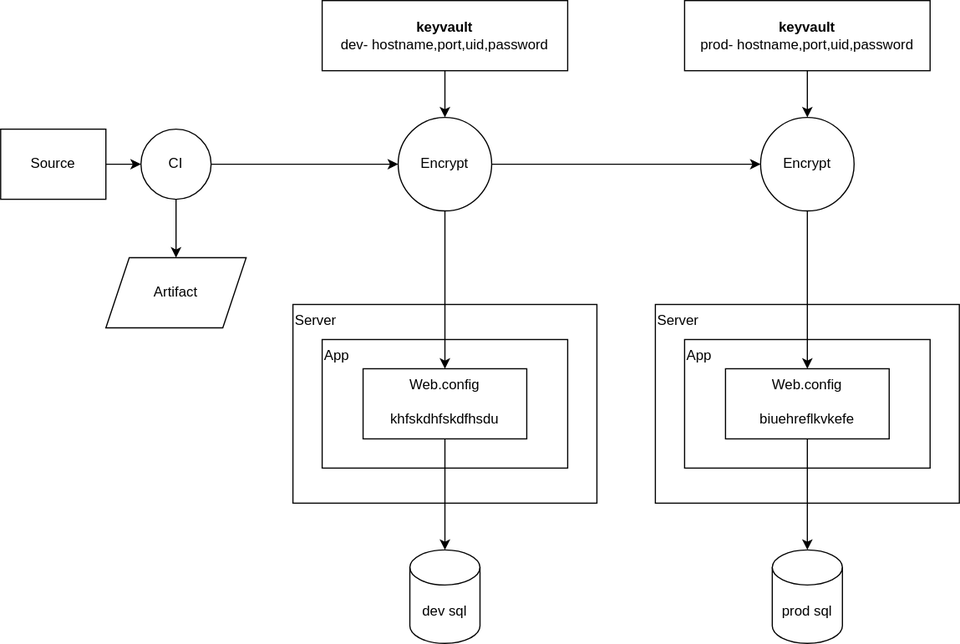
Above: sqlidconnections.svg in vjavle/invoicecloud (draw.io), before the change. Source tidied: cells renumbered, new cells last; positions are measured from the earlier drawing's top-left corner, leaving out a move shared by most shapes. Its diagram source:
```xml
<mxGraphModel>
  <root>
    <mxCell id="0" />
    <mxCell id="1" parent="0" />
    <mxCell id="2" value="Server" style="rounded=0;whiteSpace=wrap;html=1;verticalAlign=top;align=left;" parent="1" vertex="1">
      <mxGeometry x="250" y="260" width="260" height="170" as="geometry" />
    </mxCell>
    <mxCell id="3" value="App" style="rounded=0;whiteSpace=wrap;html=1;verticalAlign=top;align=left;" parent="1" vertex="1">
      <mxGeometry x="275" y="290" width="210" height="110" as="geometry" />
    </mxCell>
    <mxCell id="4" style="edgeStyle=orthogonalEdgeStyle;rounded=0;jettySize=auto;html=1;" parent="1" edge="1" source="5" target="14">
      <mxGeometry relative="1" as="geometry" />
    </mxCell>
    <mxCell id="5" value="&lt;b&gt;keyvault&lt;/b&gt;&lt;br&gt;dev- hostname,port,uid,password" style="rounded=0;whiteSpace=wrap;html=1;" parent="1" vertex="1">
      <mxGeometry x="275" width="210" height="60" as="geometry" />
    </mxCell>
    <mxCell id="6" style="edgeStyle=orthogonalEdgeStyle;rounded=0;jettySize=auto;html=1;" parent="1" edge="1" source="7" target="11">
      <mxGeometry relative="1" as="geometry" />
    </mxCell>
    <mxCell id="7" value="Source" style="rounded=0;whiteSpace=wrap;html=1;" parent="1" vertex="1">
      <mxGeometry y="110" width="90" height="60" as="geometry" />
    </mxCell>
    <mxCell id="8" value="Artifact" style="shape=parallelogram;perimeter=parallelogramPerimeter;whiteSpace=wrap;html=1;fixedSize=1;" parent="1" vertex="1">
      <mxGeometry x="90" y="220" width="120" height="60" as="geometry" />
    </mxCell>
    <mxCell id="9" style="edgeStyle=orthogonalEdgeStyle;rounded=0;jettySize=auto;html=1;" parent="1" edge="1" source="11" target="8">
      <mxGeometry relative="1" as="geometry" />
    </mxCell>
    <mxCell id="10" style="edgeStyle=orthogonalEdgeStyle;rounded=0;jettySize=auto;html=1;" parent="1" edge="1" source="11" target="14">
      <mxGeometry relative="1" as="geometry" />
    </mxCell>
    <mxCell id="11" value="CI" style="ellipse;whiteSpace=wrap;html=1;" parent="1" vertex="1">
      <mxGeometry x="120" y="110" width="60" height="60" as="geometry" />
    </mxCell>
    <mxCell id="12" style="edgeStyle=orthogonalEdgeStyle;rounded=0;jettySize=auto;html=1;" parent="1" edge="1" source="14" target="15">
      <mxGeometry relative="1" as="geometry" />
    </mxCell>
    <mxCell id="13" style="edgeStyle=orthogonalEdgeStyle;rounded=0;jettySize=auto;html=1;" parent="1" edge="1" source="14" target="21">
      <mxGeometry relative="1" as="geometry" />
    </mxCell>
    <mxCell id="14" value="Encrypt" style="ellipse;whiteSpace=wrap;html=1;" parent="1" vertex="1">
      <mxGeometry x="340" y="100" width="80" height="80" as="geometry" />
    </mxCell>
    <mxCell id="15" value="Web.config&lt;br&gt;&lt;br&gt;khfskdhfskdfhsdu" style="rounded=0;whiteSpace=wrap;html=1;verticalAlign=top;" parent="1" vertex="1">
      <mxGeometry x="310" y="315" width="140" height="60" as="geometry" />
    </mxCell>
    <mxCell id="16" value="Server" style="rounded=0;whiteSpace=wrap;html=1;verticalAlign=top;align=left;" parent="1" vertex="1">
      <mxGeometry x="560" y="260" width="260" height="170" as="geometry" />
    </mxCell>
    <mxCell id="17" value="App" style="rounded=0;whiteSpace=wrap;html=1;verticalAlign=top;align=left;" parent="1" vertex="1">
      <mxGeometry x="585" y="290" width="210" height="110" as="geometry" />
    </mxCell>
    <mxCell id="18" style="edgeStyle=orthogonalEdgeStyle;rounded=0;jettySize=auto;html=1;" parent="1" edge="1" source="19" target="21">
      <mxGeometry relative="1" as="geometry" />
    </mxCell>
    <mxCell id="19" value="&lt;b&gt;keyvault&lt;/b&gt;&lt;br&gt;prod- hostname,port,uid,password" style="rounded=0;whiteSpace=wrap;html=1;" parent="1" vertex="1">
      <mxGeometry x="585" width="210" height="60" as="geometry" />
    </mxCell>
    <mxCell id="20" style="edgeStyle=orthogonalEdgeStyle;rounded=0;jettySize=auto;html=1;" parent="1" edge="1" source="21" target="22">
      <mxGeometry relative="1" as="geometry" />
    </mxCell>
    <mxCell id="21" value="Encrypt" style="ellipse;whiteSpace=wrap;html=1;" parent="1" vertex="1">
      <mxGeometry x="650" y="100" width="80" height="80" as="geometry" />
    </mxCell>
    <mxCell id="22" value="Web.config&lt;br&gt;&lt;br&gt;biuehreflkvkefe" style="rounded=0;whiteSpace=wrap;html=1;verticalAlign=top;" parent="1" vertex="1">
      <mxGeometry x="620" y="315" width="140" height="60" as="geometry" />
    </mxCell>
    <mxCell id="23" style="edgeStyle=orthogonalEdgeStyle;rounded=0;jettySize=auto;html=1;startArrow=classic;startFill=1;endArrow=none;endFill=0;" parent="1" edge="1" source="24" target="15">
      <mxGeometry relative="1" as="geometry" />
    </mxCell>
    <mxCell id="24" value="dev sql" style="shape=cylinder3;whiteSpace=wrap;html=1;boundedLbl=1;backgroundOutline=1;size=15;" parent="1" vertex="1">
      <mxGeometry x="350" y="470" width="60" height="80" as="geometry" />
    </mxCell>
    <mxCell id="25" style="edgeStyle=orthogonalEdgeStyle;rounded=0;jettySize=auto;html=1;startArrow=classic;startFill=1;endArrow=none;endFill=0;" parent="1" edge="1" source="26" target="22">
      <mxGeometry relative="1" as="geometry" />
    </mxCell>
    <mxCell id="26" value="prod sql" style="shape=cylinder3;whiteSpace=wrap;html=1;boundedLbl=1;backgroundOutline=1;size=15;" parent="1" vertex="1">
      <mxGeometry x="660" y="470" width="60" height="80" as="geometry" />
    </mxCell>
  </root>
</mxGraphModel>
```
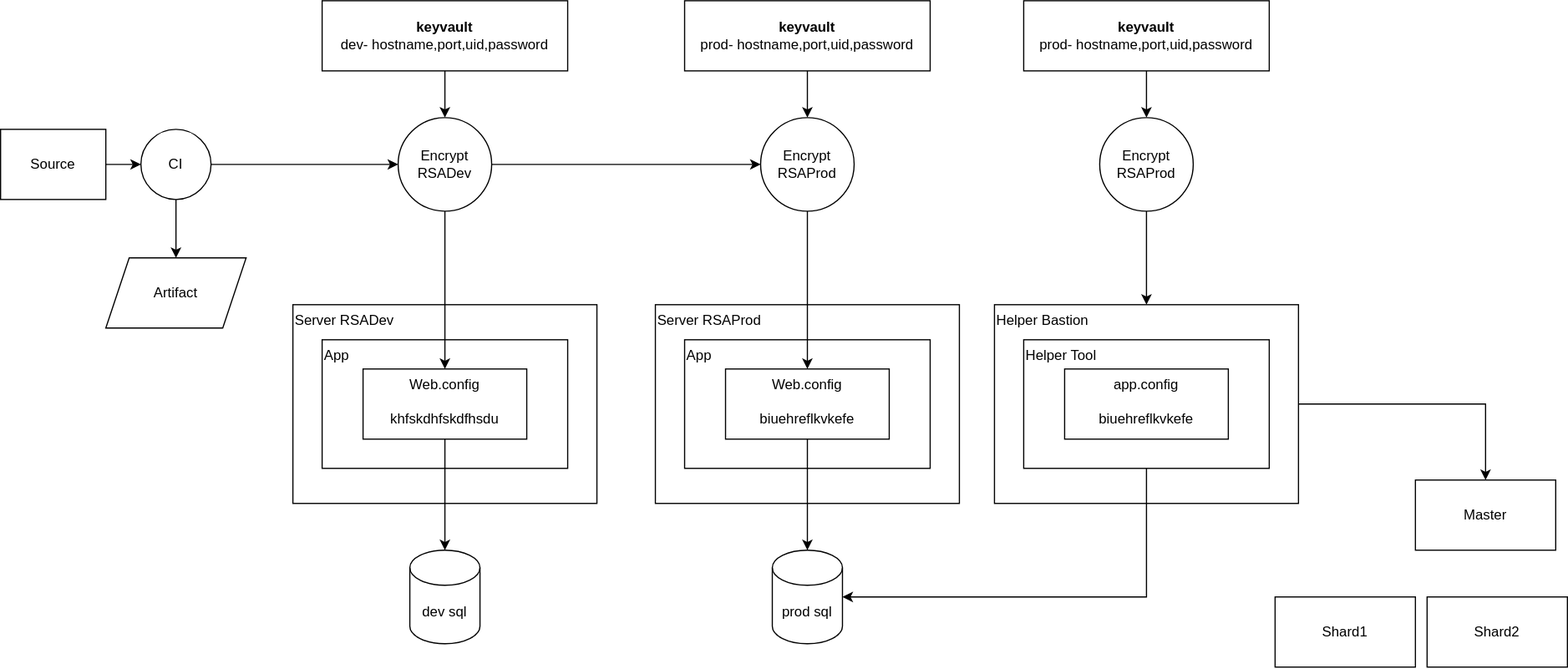
Later version of the same file.

The edit, as a diff of the source:
```diff
@@ -2,7 +2,13 @@
   <root>
     <mxCell id="0" />
     <mxCell id="1" parent="0" />
+    <mxCell id="27" style="edgeStyle=orthogonalEdgeStyle;rounded=0;jettySize=auto;html=1;entryX=0.5;entryY=0;entryDx=0;entryDy=0;startArrow=none;startFill=0;endArrow=classic;endFill=1;" parent="1" edge="1" source="28" target="36">
+      <mxGeometry relative="1" as="geometry" />
+    </mxCell>
+    <mxCell id="28" value="Helper Bastion" style="rounded=0;whiteSpace=wrap;html=1;verticalAlign=top;align=left;" parent="1" vertex="1">
+      <mxGeometry x="850" y="260" width="260" height="170" as="geometry" />
+    </mxCell>
-    <mxCell id="2" value="Server" style="rounded=0;whiteSpace=wrap;html=1;verticalAlign=top;align=left;" parent="1" vertex="1">
+    <mxCell id="2" value="Server RSADev" style="rounded=0;whiteSpace=wrap;html=1;verticalAlign=top;align=left;" parent="1" vertex="1">
       <mxGeometry x="250" y="260" width="260" height="170" as="geometry" />
     </mxCell>
     <mxCell id="3" value="App" style="rounded=0;whiteSpace=wrap;html=1;verticalAlign=top;align=left;" parent="1" vertex="1">
@@ -38,13 +44,13 @@
     <mxCell id="13" style="edgeStyle=orthogonalEdgeStyle;rounded=0;jettySize=auto;html=1;" parent="1" edge="1" source="14" target="21">
       <mxGeometry relative="1" as="geometry" />
     </mxCell>
-    <mxCell id="14" value="Encrypt" style="ellipse;whiteSpace=wrap;html=1;" parent="1" vertex="1">
+    <mxCell id="14" value="Encrypt&lt;br&gt;RSADev" style="ellipse;whiteSpace=wrap;html=1;" parent="1" vertex="1">
       <mxGeometry x="340" y="100" width="80" height="80" as="geometry" />
     </mxCell>
     <mxCell id="15" value="Web.config&lt;br&gt;&lt;br&gt;khfskdhfskdfhsdu" style="rounded=0;whiteSpace=wrap;html=1;verticalAlign=top;" parent="1" vertex="1">
       <mxGeometry x="310" y="315" width="140" height="60" as="geometry" />
     </mxCell>
-    <mxCell id="16" value="Server" style="rounded=0;whiteSpace=wrap;html=1;verticalAlign=top;align=left;" parent="1" vertex="1">
+    <mxCell id="16" value="Server RSAProd" style="rounded=0;whiteSpace=wrap;html=1;verticalAlign=top;align=left;" parent="1" vertex="1">
       <mxGeometry x="560" y="260" width="260" height="170" as="geometry" />
     </mxCell>
     <mxCell id="17" value="App" style="rounded=0;whiteSpace=wrap;html=1;verticalAlign=top;align=left;" parent="1" vertex="1">
@@ -59,7 +65,7 @@
     <mxCell id="20" style="edgeStyle=orthogonalEdgeStyle;rounded=0;jettySize=auto;html=1;" parent="1" edge="1" source="21" target="22">
       <mxGeometry relative="1" as="geometry" />
     </mxCell>
-    <mxCell id="21" value="Encrypt" style="ellipse;whiteSpace=wrap;html=1;" parent="1" vertex="1">
+    <mxCell id="21" value="Encrypt&lt;br&gt;RSAProd" style="ellipse;whiteSpace=wrap;html=1;" parent="1" vertex="1">
       <mxGeometry x="650" y="100" width="80" height="80" as="geometry" />
     </mxCell>
     <mxCell id="22" value="Web.config&lt;br&gt;&lt;br&gt;biuehreflkvkefe" style="rounded=0;whiteSpace=wrap;html=1;verticalAlign=top;" parent="1" vertex="1">
@@ -74,8 +80,38 @@
     <mxCell id="25" style="edgeStyle=orthogonalEdgeStyle;rounded=0;jettySize=auto;html=1;startArrow=classic;startFill=1;endArrow=none;endFill=0;" parent="1" edge="1" source="26" target="22">
       <mxGeometry relative="1" as="geometry" />
     </mxCell>
+    <mxCell id="29" style="edgeStyle=orthogonalEdgeStyle;rounded=0;jettySize=auto;html=1;startArrow=classic;startFill=1;endArrow=none;endFill=0;" parent="1" edge="1" source="26" target="30">
+      <mxGeometry relative="1" as="geometry" />
+    </mxCell>
     <mxCell id="26" value="prod sql" style="shape=cylinder3;whiteSpace=wrap;html=1;boundedLbl=1;backgroundOutline=1;size=15;" parent="1" vertex="1">
       <mxGeometry x="660" y="470" width="60" height="80" as="geometry" />
     </mxCell>
+    <mxCell id="30" value="Helper Tool" style="rounded=0;whiteSpace=wrap;html=1;verticalAlign=top;align=left;" parent="1" vertex="1">
+      <mxGeometry x="875" y="290" width="210" height="110" as="geometry" />
+    </mxCell>
+    <mxCell id="31" value="app.config&lt;br&gt;&lt;br&gt;biuehreflkvkefe" style="rounded=0;whiteSpace=wrap;html=1;verticalAlign=top;" parent="1" vertex="1">
+      <mxGeometry x="910" y="315" width="140" height="60" as="geometry" />
+    </mxCell>
+    <mxCell id="32" style="edgeStyle=orthogonalEdgeStyle;rounded=0;jettySize=auto;html=1;" parent="1" edge="1" source="33" target="35">
+      <mxGeometry relative="1" as="geometry" />
+    </mxCell>
+    <mxCell id="33" value="&lt;b&gt;keyvault&lt;/b&gt;&lt;br&gt;prod- hostname,port,uid,password" style="rounded=0;whiteSpace=wrap;html=1;" parent="1" vertex="1">
+      <mxGeometry x="875" width="210" height="60" as="geometry" />
+    </mxCell>
+    <mxCell id="34" style="edgeStyle=orthogonalEdgeStyle;rounded=0;jettySize=auto;html=1;" parent="1" edge="1" source="35" target="28">
+      <mxGeometry relative="1" as="geometry" />
+    </mxCell>
+    <mxCell id="35" value="Encrypt&lt;br&gt;RSAProd" style="ellipse;whiteSpace=wrap;html=1;" parent="1" vertex="1">
+      <mxGeometry x="940" y="100" width="80" height="80" as="geometry" />
+    </mxCell>
+    <mxCell id="36" value="Master" style="rounded=0;whiteSpace=wrap;html=1;" parent="1" vertex="1">
+      <mxGeometry x="1210" y="410" width="120" height="60" as="geometry" />
+    </mxCell>
+    <mxCell id="37" value="Shard1" style="rounded=0;whiteSpace=wrap;html=1;" parent="1" vertex="1">
+      <mxGeometry x="1090" y="510" width="120" height="60" as="geometry" />
+    </mxCell>
+    <mxCell id="38" value="Shard2" style="rounded=0;whiteSpace=wrap;html=1;" parent="1" vertex="1">
+      <mxGeometry x="1220" y="510" width="120" height="60" as="geometry" />
+    </mxCell>
   </root>
 </mxGraphModel>
```
